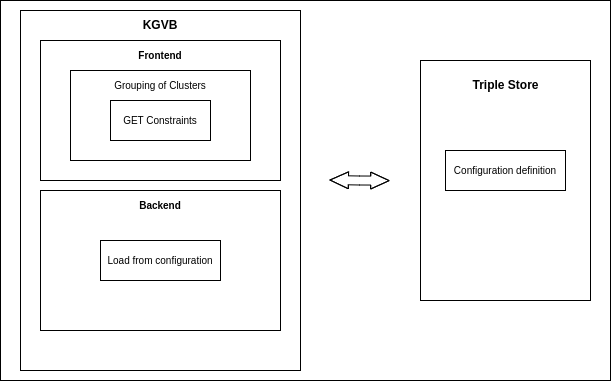
This is img/architecture_diagram.png from Razyapoo/KGBClusteringDocumentation, a draw.io export, as it was before one commit. Source tidied: cells renumbered, new cells last; positions are measured from the earlier drawing's top-left corner, leaving out a move shared by most shapes. Source of this version:
```xml
<mxGraphModel>
  <root>
    <mxCell id="0" />
    <mxCell id="1" parent="0" />
    <mxCell id="2" style="rounded=0;whiteSpace=wrap;html=1;" parent="1" vertex="1">
      <mxGeometry width="610" height="380" as="geometry" />
    </mxCell>
    <mxCell id="3" style="rounded=0;whiteSpace=wrap;html=1;" parent="1" vertex="1">
      <mxGeometry x="20" y="10" width="280" height="360" as="geometry" />
    </mxCell>
    <mxCell id="4" style="rounded=0;whiteSpace=wrap;html=1;" parent="1" vertex="1">
      <mxGeometry x="420" y="60" width="170" height="240" as="geometry" />
    </mxCell>
    <mxCell id="5" style="shape=flexArrow;endArrow=classic;startArrow=classic;html=1;rounded=0;width=8.993288590604026;endSize=5.811428571428571;endWidth=6.938775510204081;startWidth=6.938775510204081;startSize=5.811428571428571;exitX=0.651;exitY=0.474;exitDx=0;exitDy=0;exitPerimeter=0;" parent="1" edge="1">
      <mxGeometry relative="1" as="geometry">
        <mxPoint x="389.1" y="180.1" as="sourcePoint" />
        <mxPoint x="329" y="179.5" as="targetPoint" />
        <Array as="points">
          <mxPoint x="359" y="180" />
        </Array>
      </mxGeometry>
    </mxCell>
    <mxCell id="6" value="KGVB" style="text;html=1;strokeColor=none;fillColor=none;align=center;verticalAlign=middle;whiteSpace=wrap;rounded=0;fontStyle=1;" parent="1" vertex="1">
      <mxGeometry x="130" y="10" width="60" height="30" as="geometry" />
    </mxCell>
    <mxCell id="7" style="rounded=0;whiteSpace=wrap;html=1;" parent="1" vertex="1">
      <mxGeometry x="40" y="40" width="240" height="140" as="geometry" />
    </mxCell>
    <mxCell id="8" style="rounded=0;whiteSpace=wrap;html=1;" parent="1" vertex="1">
      <mxGeometry x="40" y="190" width="240" height="140" as="geometry" />
    </mxCell>
    <mxCell id="9" value="&lt;font style=&quot;font-size: 10px;&quot;&gt;Frontend&lt;/font&gt;" style="text;html=1;strokeColor=none;fillColor=none;align=center;verticalAlign=middle;whiteSpace=wrap;rounded=0;fontStyle=1;" parent="1" vertex="1">
      <mxGeometry x="130" y="40" width="60" height="30" as="geometry" />
    </mxCell>
    <mxCell id="10" value="&lt;font style=&quot;font-size: 10px;&quot;&gt;Backend&lt;/font&gt;" style="text;html=1;strokeColor=none;fillColor=none;align=center;verticalAlign=middle;whiteSpace=wrap;rounded=0;fontStyle=1;" parent="1" vertex="1">
      <mxGeometry x="130" y="190" width="60" height="30" as="geometry" />
    </mxCell>
    <mxCell id="11" style="rounded=0;whiteSpace=wrap;html=1;fontSize=10;" parent="1" vertex="1">
      <mxGeometry x="70" y="70" width="180" height="90" as="geometry" />
    </mxCell>
    <mxCell id="12" value="Grouping of Clusters" style="text;html=1;strokeColor=none;fillColor=none;align=center;verticalAlign=middle;whiteSpace=wrap;rounded=0;fontSize=10;" parent="1" vertex="1">
      <mxGeometry x="110" y="70" width="100" height="30" as="geometry" />
    </mxCell>
    <mxCell id="13" value="GET Constraints" style="rounded=0;whiteSpace=wrap;html=1;fontSize=10;" parent="1" vertex="1">
      <mxGeometry x="110" y="100" width="100" height="40" as="geometry" />
    </mxCell>
    <mxCell id="14" value="Load from configuration" style="rounded=0;whiteSpace=wrap;html=1;fontSize=10;" parent="1" vertex="1">
      <mxGeometry x="100" y="240" width="120" height="40" as="geometry" />
    </mxCell>
    <mxCell id="15" value="Triple Store" style="text;html=1;strokeColor=none;fillColor=none;align=center;verticalAlign=middle;whiteSpace=wrap;rounded=0;fontStyle=1;" parent="1" vertex="1">
      <mxGeometry x="462.5" y="70" width="85" height="30" as="geometry" />
    </mxCell>
    <mxCell id="16" value="Configuration definition" style="rounded=0;whiteSpace=wrap;html=1;fontSize=10;" parent="1" vertex="1">
      <mxGeometry x="445" y="150" width="120" height="40" as="geometry" />
    </mxCell>
  </root>
</mxGraphModel>
```
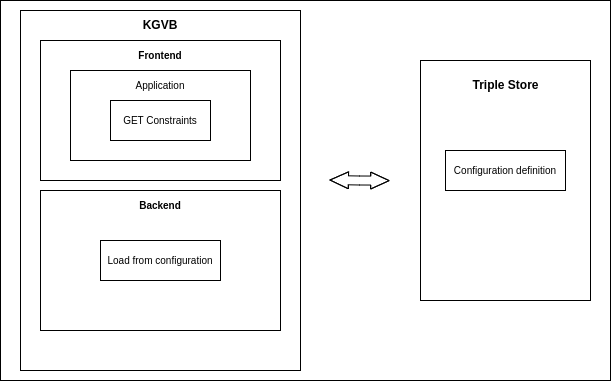
Later version of the same file.

Commit message:
update architecture diagram

The edit, as a diff of the source:
```diff
@@ -2,45 +2,45 @@
   <root>
     <mxCell id="0" />
     <mxCell id="1" parent="0" />
-    <mxCell id="2" style="rounded=0;whiteSpace=wrap;html=1;" parent="1" vertex="1">
-      <mxGeometry width="610" height="380" as="geometry" />
-    </mxCell>
-    <mxCell id="3" style="rounded=0;whiteSpace=wrap;html=1;" parent="1" vertex="1">
-      <mxGeometry x="20" y="10" width="280" height="360" as="geometry" />
-    </mxCell>
-    <mxCell id="4" style="rounded=0;whiteSpace=wrap;html=1;" parent="1" vertex="1">
-      <mxGeometry x="420" y="60" width="170" height="240" as="geometry" />
-    </mxCell>
-    <mxCell id="5" style="shape=flexArrow;endArrow=classic;startArrow=classic;html=1;rounded=0;width=8.993288590604026;endSize=5.811428571428571;endWidth=6.938775510204081;startWidth=6.938775510204081;startSize=5.811428571428571;exitX=0.651;exitY=0.474;exitDx=0;exitDy=0;exitPerimeter=0;" parent="1" edge="1">
-      <mxGeometry relative="1" as="geometry">
-        <mxPoint x="389.1" y="180.1" as="sourcePoint" />
-        <mxPoint x="329" y="179.5" as="targetPoint" />
-        <Array as="points">
-          <mxPoint x="359" y="180" />
-        </Array>
-      </mxGeometry>
-    </mxCell>
+    <mxCell id="17" style="rounded=0;whiteSpace=wrap;html=1;" parent="1" vertex="1">
+      <mxGeometry width="610" height="380" as="geometry" />
+    </mxCell>
+    <mxCell id="18" style="rounded=0;whiteSpace=wrap;html=1;" parent="1" vertex="1">
+      <mxGeometry x="20" y="10" width="280" height="360" as="geometry" />
+    </mxCell>
+    <mxCell id="19" style="rounded=0;whiteSpace=wrap;html=1;" parent="1" vertex="1">
+      <mxGeometry x="420" y="60" width="170" height="240" as="geometry" />
+    </mxCell>
+    <mxCell id="20" style="shape=flexArrow;endArrow=classic;startArrow=classic;html=1;rounded=0;width=8.993288590604026;endSize=5.811428571428571;endWidth=6.938775510204081;startWidth=6.938775510204081;startSize=5.811428571428571;exitX=0.651;exitY=0.474;exitDx=0;exitDy=0;exitPerimeter=0;" parent="1" edge="1">
+      <mxGeometry relative="1" as="geometry">
+        <mxPoint x="389.1" y="180.1" as="sourcePoint" />
+        <mxPoint x="329" y="179.5" as="targetPoint" />
+        <Array as="points">
+          <mxPoint x="359" y="180" />
+        </Array>
+      </mxGeometry>
+    </mxCell>
     <mxCell id="6" value="KGVB" style="text;html=1;strokeColor=none;fillColor=none;align=center;verticalAlign=middle;whiteSpace=wrap;rounded=0;fontStyle=1;" parent="1" vertex="1">
       <mxGeometry x="130" y="10" width="60" height="30" as="geometry" />
     </mxCell>
-    <mxCell id="7" style="rounded=0;whiteSpace=wrap;html=1;" parent="1" vertex="1">
-      <mxGeometry x="40" y="40" width="240" height="140" as="geometry" />
-    </mxCell>
-    <mxCell id="8" style="rounded=0;whiteSpace=wrap;html=1;" parent="1" vertex="1">
-      <mxGeometry x="40" y="190" width="240" height="140" as="geometry" />
-    </mxCell>
+    <mxCell id="21" style="rounded=0;whiteSpace=wrap;html=1;" parent="1" vertex="1">
+      <mxGeometry x="40" y="40" width="240" height="140" as="geometry" />
+    </mxCell>
+    <mxCell id="22" style="rounded=0;whiteSpace=wrap;html=1;" parent="1" vertex="1">
+      <mxGeometry x="40" y="190" width="240" height="140" as="geometry" />
+    </mxCell>
     <mxCell id="9" value="&lt;font style=&quot;font-size: 10px;&quot;&gt;Frontend&lt;/font&gt;" style="text;html=1;strokeColor=none;fillColor=none;align=center;verticalAlign=middle;whiteSpace=wrap;rounded=0;fontStyle=1;" parent="1" vertex="1">
       <mxGeometry x="130" y="40" width="60" height="30" as="geometry" />
     </mxCell>
     <mxCell id="10" value="&lt;font style=&quot;font-size: 10px;&quot;&gt;Backend&lt;/font&gt;" style="text;html=1;strokeColor=none;fillColor=none;align=center;verticalAlign=middle;whiteSpace=wrap;rounded=0;fontStyle=1;" parent="1" vertex="1">
       <mxGeometry x="130" y="190" width="60" height="30" as="geometry" />
     </mxCell>
-    <mxCell id="11" style="rounded=0;whiteSpace=wrap;html=1;fontSize=10;" parent="1" vertex="1">
-      <mxGeometry x="70" y="70" width="180" height="90" as="geometry" />
-    </mxCell>
-    <mxCell id="12" value="Grouping of Clusters" style="text;html=1;strokeColor=none;fillColor=none;align=center;verticalAlign=middle;whiteSpace=wrap;rounded=0;fontSize=10;" parent="1" vertex="1">
-      <mxGeometry x="110" y="70" width="100" height="30" as="geometry" />
-    </mxCell>
+    <mxCell id="23" style="rounded=0;whiteSpace=wrap;html=1;fontSize=10;" parent="1" vertex="1">
+      <mxGeometry x="70" y="70" width="180" height="90" as="geometry" />
+    </mxCell>
+    <mxCell id="24" value="Application" style="text;html=1;strokeColor=none;fillColor=none;align=center;verticalAlign=middle;whiteSpace=wrap;rounded=0;fontSize=10;" parent="1" vertex="1">
+      <mxGeometry x="110" y="70" width="100" height="30" as="geometry" />
+    </mxCell>
     <mxCell id="13" value="GET Constraints" style="rounded=0;whiteSpace=wrap;html=1;fontSize=10;" parent="1" vertex="1">
       <mxGeometry x="110" y="100" width="100" height="40" as="geometry" />
     </mxCell>
```
